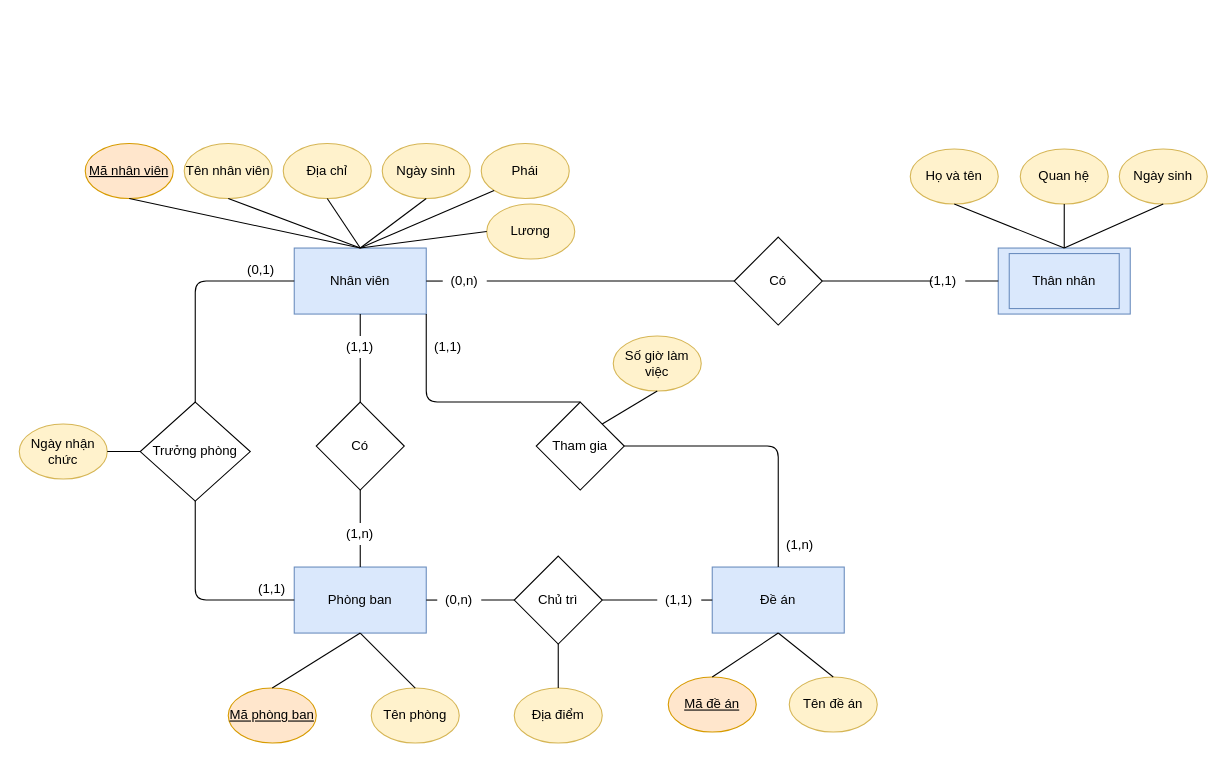
haohuynh1101-hub/appShopping keeps this draw.io diagram as page "Page-2" (2 of 2) of Bài tập 1.drawio. Above is the earlier version. Source tidied: cells renumbered, new cells numbered last; positions are measured from the earlier drawing's top-left corner, leaving out a move shared by most shapes. Both pictures are drawn from the tidied source at 110%, with x=0, y=0 at pixel (19, 143).
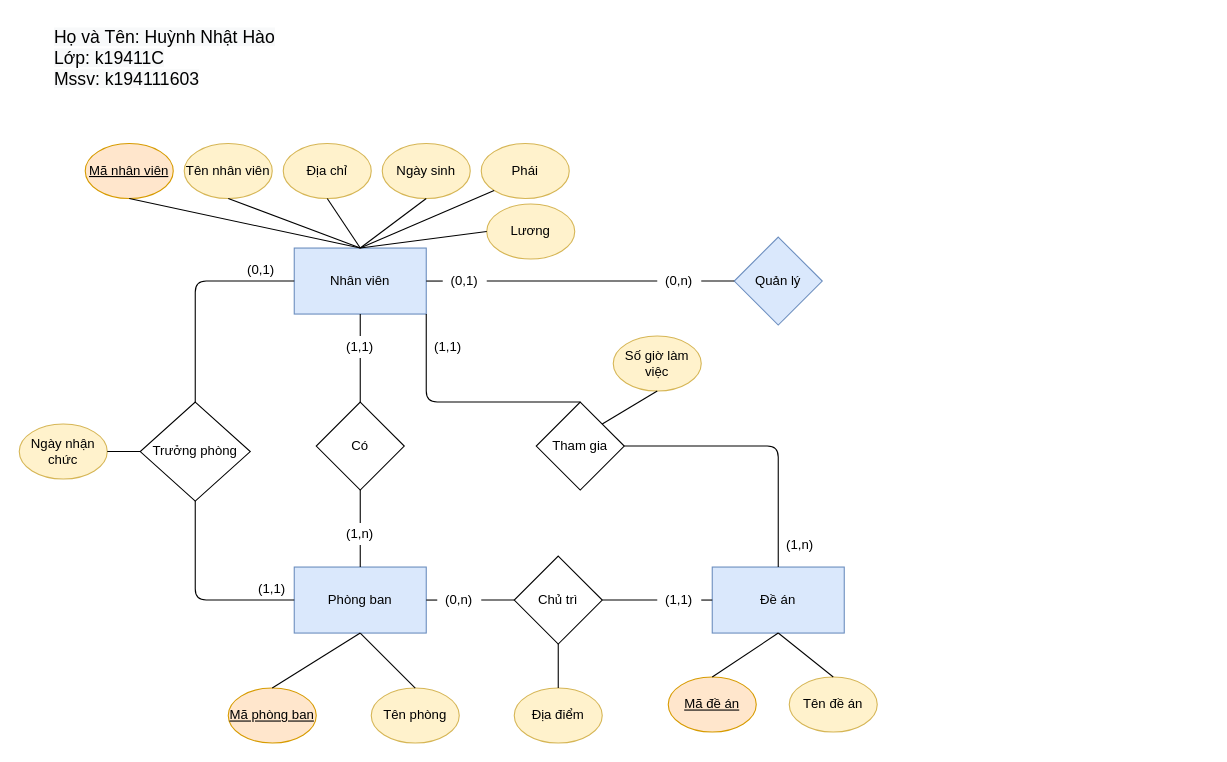
The same diagram, later.

What changed in the source:
```diff
@@
-    <mxCell id="3" style="rounded=0;whiteSpace=wrap;html=1;fillColor=#dae8fc;strokeColor=#6c8ebf;" parent="1" vertex="1">
-      <mxGeometry x="890" y="95" width="120" height="60" as="geometry" />
-    </mxCell>
-    <mxCell id="4" value="&lt;span&gt;Họ và tên&lt;/span&gt;" style="ellipse;whiteSpace=wrap;html=1;fillColor=#fff2cc;strokeColor=#d6b656;fontStyle=0;" parent="1" vertex="1">
-      <mxGeometry x="810" y="5" width="80" height="50" as="geometry" />
-    </mxCell>
-    <mxCell id="5" value="Quan hệ" style="ellipse;whiteSpace=wrap;html=1;fillColor=#fff2cc;strokeColor=#d6b656;" parent="1" vertex="1">
-      <mxGeometry x="910" y="5" width="80" height="50" as="geometry" />
-    </mxCell>
-    <mxCell id="6" value="Ngày sinh" style="ellipse;whiteSpace=wrap;html=1;fillColor=#fff2cc;strokeColor=#d6b656;" parent="1" vertex="1">
-      <mxGeometry x="1000" y="5" width="80" height="50" as="geometry" />
-    </mxCell>
-    <mxCell id="7" style="endArrow=none;html=1;exitX=0.5;exitY=1;exitDx=0;exitDy=0;entryX=0.5;entryY=0;entryDx=0;entryDy=0;" parent="1" edge="1" source="5" target="3">
-      <mxGeometry relative="1" as="geometry" />
-    </mxCell>
-    <mxCell id="8" style="endArrow=none;html=1;exitX=0.5;exitY=1;exitDx=0;exitDy=0;entryX=0.5;entryY=0;entryDx=0;entryDy=0;" parent="1" edge="1" source="6" target="3">
-      <mxGeometry relative="1" as="geometry" />
-    </mxCell>
-    <mxCell id="9" style="endArrow=none;html=1;exitX=0.5;exitY=1;exitDx=0;exitDy=0;entryX=0.5;entryY=0;entryDx=0;entryDy=0;" parent="1" edge="1" source="4" target="3">
-      <mxGeometry relative="1" as="geometry" />
-    </mxCell>
@@
-    <mxCell id="31" value="(1,1)" style="text;html=1;strokeColor=none;fillColor=none;align=center;verticalAlign=middle;whiteSpace=wrap;rounded=0;" parent="1" vertex="1">
-      <mxGeometry x="820" y="115" width="40" height="20" as="geometry" />
-    </mxCell>
-    <mxCell id="32" style="endArrow=none;html=1;exitX=1;exitY=0.5;exitDx=0;exitDy=0;" parent="1" edge="1" source="43">
-      <mxGeometry relative="1" as="geometry">
-        <mxPoint x="830" y="125" as="targetPoint" />
-      </mxGeometry>
-    </mxCell>
-    <mxCell id="33" value="(0,n)" style="text;html=1;strokeColor=none;fillColor=none;align=center;verticalAlign=middle;whiteSpace=wrap;rounded=0;" parent="1" vertex="1">
+    <mxCell id="33" value="(0,1)" style="text;html=1;strokeColor=none;fillColor=none;align=center;verticalAlign=middle;whiteSpace=wrap;rounded=0;" parent="1" vertex="1">
       <mxGeometry x="385" y="115" width="40" height="20" as="geometry" />
     </mxCell>
@@
-    <mxCell id="43" value="Có" style="rhombus;whiteSpace=wrap;html=1;" parent="1" vertex="1">
+    <mxCell id="43" value="Quản lý" style="rhombus;whiteSpace=wrap;html=1;fillColor=#dae8fc;strokeColor=#6c8ebf;" parent="1" vertex="1">
       <mxGeometry x="650" y="85" width="80" height="80" as="geometry" />
     </mxCell>
-    <mxCell id="44" style="endArrow=none;html=1;entryX=0;entryY=0.5;entryDx=0;entryDy=0;exitX=1;exitY=0.5;exitDx=0;exitDy=0;" parent="1" edge="1" source="33" target="43">
+    <mxCell id="44" style="endArrow=none;html=1;entryX=0;entryY=0.5;entryDx=0;entryDy=0;exitX=1;exitY=0.5;exitDx=0;exitDy=0;" parent="1" edge="1" source="31" target="43">
       <mxGeometry relative="1" as="geometry" />
     </mxCell>
@@
-    <mxCell id="57" value="Thân nhân" style="rounded=0;whiteSpace=wrap;html=1;fillColor=#dae8fc;strokeColor=#6c8ebf;" parent="1" vertex="1">
-      <mxGeometry x="900" y="100" width="100" height="50" as="geometry" />
-    </mxCell>
-    <mxCell id="58" style="endArrow=none;html=1;exitX=1;exitY=0.5;exitDx=0;exitDy=0;entryX=0;entryY=0.5;entryDx=0;entryDy=0;" parent="1" edge="1" source="31" target="3">
-      <mxGeometry relative="1" as="geometry" />
-    </mxCell>
@@
+    <mxCell id="71" value="&lt;span style=&quot;color: rgb(0, 0, 0); font-family: helvetica; font-size: 16px; font-style: normal; font-weight: 400; letter-spacing: normal; text-align: left; text-indent: 0px; text-transform: none; word-spacing: 0px; background-color: rgb(248, 249, 250); display: inline; float: none;&quot;&gt;Họ và Tên: Huỳnh Nhật Hào&lt;/span&gt;&lt;br style=&quot;color: rgb(0, 0, 0); font-family: helvetica; font-size: 16px; font-style: normal; font-weight: 400; letter-spacing: normal; text-align: left; text-indent: 0px; text-transform: none; word-spacing: 0px; background-color: rgb(248, 249, 250);&quot;&gt;&lt;span style=&quot;color: rgb(0, 0, 0); font-family: helvetica; font-size: 16px; font-style: normal; font-weight: 400; letter-spacing: normal; text-align: left; text-indent: 0px; text-transform: none; word-spacing: 0px; background-color: rgb(248, 249, 250); display: inline; float: none;&quot;&gt;Lớp: k19411C&lt;/span&gt;&lt;br style=&quot;color: rgb(0, 0, 0); font-family: helvetica; font-size: 16px; font-style: normal; font-weight: 400; letter-spacing: normal; text-align: left; text-indent: 0px; text-transform: none; word-spacing: 0px; background-color: rgb(248, 249, 250);&quot;&gt;&lt;span style=&quot;color: rgb(0, 0, 0); font-family: helvetica; font-size: 16px; font-style: normal; font-weight: 400; letter-spacing: normal; text-align: left; text-indent: 0px; text-transform: none; word-spacing: 0px; background-color: rgb(248, 249, 250); display: inline; float: none;&quot;&gt;Mssv: k194111603&lt;/span&gt;" style="text;whiteSpace=wrap;html=1;" parent="1" vertex="1">
+      <mxGeometry x="30" y="-113" width="230" height="60" as="geometry" />
+    </mxCell>
+    <mxCell id="31" value="(0,n)" style="text;html=1;strokeColor=none;fillColor=none;align=center;verticalAlign=middle;whiteSpace=wrap;rounded=0;" parent="1" vertex="1">
+      <mxGeometry x="580" y="115" width="40" height="20" as="geometry" />
+    </mxCell>
+    <mxCell id="72" style="endArrow=none;html=1;entryX=0;entryY=0.5;entryDx=0;entryDy=0;exitX=1;exitY=0.5;exitDx=0;exitDy=0;" parent="1" edge="1" source="33" target="31">
+      <mxGeometry relative="1" as="geometry" />
+    </mxCell>
```
